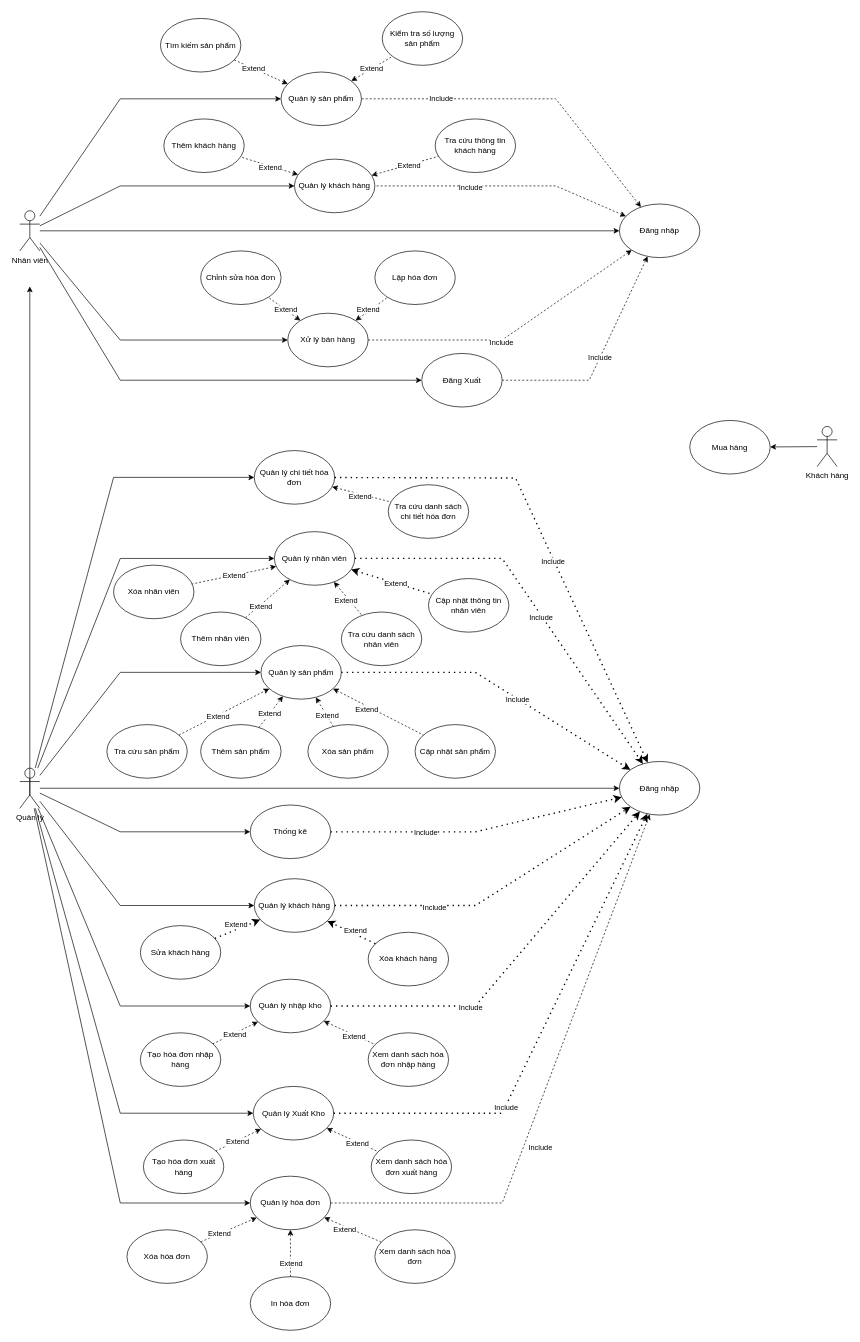
The draw.io diagram Do_an/src/usecase/Usecase.drawio in dmn-05/doan, before the edit. Source tidied: cells renumbered, new cells numbered last; positions are measured from the earlier drawing's top-left corner, leaving out a move shared by most shapes. Both pictures are drawn from the tidied source at 67%, with x=0, y=0 at pixel (19, 11).
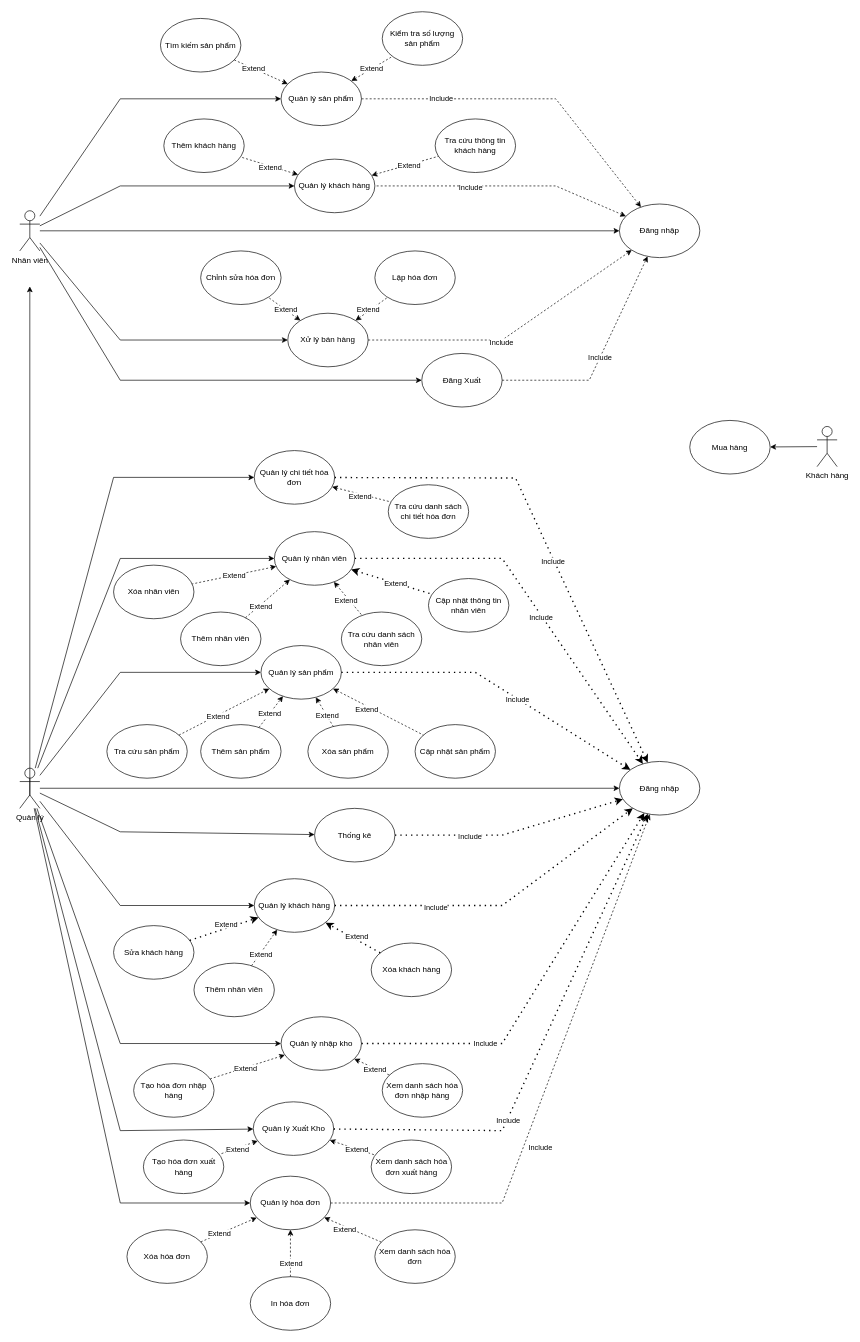
Above is the later version.

The change refers to these unchanged cells:
```xml
<mxCell id="3" value="Quản lý" style="shape=umlActor;verticalLabelPosition=bottom;verticalAlign=top;html=1;outlineConnect=0;" parent="1" vertex="1">
  <mxGeometry y="1129" width="30" height="60" as="geometry" />
</mxCell>
<mxCell id="41" value="Đăng nhập" style="ellipse;whiteSpace=wrap;html=1;" parent="1" vertex="1">
  <mxGeometry x="895" y="1119" width="120" height="80" as="geometry" />
</mxCell>
<mxCell id="60" value="Quản lý khách hàng" style="ellipse;whiteSpace=wrap;html=1;" parent="1" vertex="1">
  <mxGeometry x="350" y="1294" width="120" height="80" as="geometry" />
</mxCell>
```

Change to the diagram source:
```diff
@@
     <mxCell id="55" value="Thống kê" style="ellipse;whiteSpace=wrap;html=1;" parent="1" vertex="1">
-      <mxGeometry x="344" y="1184" width="120" height="80" as="geometry" />
+      <mxGeometry x="440" y="1189" width="120" height="80" as="geometry" />
     </mxCell>
@@
     <mxCell id="58" style="endArrow=classic;dashed=1;html=1;dashPattern=1 3;strokeWidth=2;rounded=0;endFill=1;" parent="1" edge="1" source="55" target="41">
       <mxGeometry relative="1" as="geometry">
         <Array as="points">
-          <mxPoint x="680" y="1224" />
+          <mxPoint x="720" y="1229" />
         </Array>
       </mxGeometry>
     </mxCell>
@@
     <mxCell id="62" value="Xóa khách hàng" style="ellipse;whiteSpace=wrap;html=1;" parent="1" vertex="1">
-      <mxGeometry x="520" y="1374" width="120" height="80" as="geometry" />
+      <mxGeometry x="524.5" y="1390" width="120" height="80" as="geometry" />
     </mxCell>
     <mxCell id="63" value="Sửa khách hàng" style="ellipse;whiteSpace=wrap;html=1;" parent="1" vertex="1">
-      <mxGeometry x="180" y="1364" width="120" height="80" as="geometry" />
+      <mxGeometry x="140" y="1364" width="120" height="80" as="geometry" />
     </mxCell>
@@
     <mxCell id="68" style="endArrow=classic;dashed=1;html=1;dashPattern=1 3;strokeWidth=2;rounded=0;startArrow=none;startFill=0;endFill=1;" parent="1" edge="1" source="60" target="41">
       <mxGeometry relative="1" as="geometry">
         <Array as="points">
-          <mxPoint x="680" y="1334" />
+          <mxPoint x="720" y="1334" />
         </Array>
       </mxGeometry>
     </mxCell>
@@
     <mxCell id="70" value="Quản lý nhập kho" style="ellipse;whiteSpace=wrap;html=1;" parent="1" vertex="1">
-      <mxGeometry x="344" y="1444" width="120" height="80" as="geometry" />
+      <mxGeometry x="390" y="1500" width="120" height="80" as="geometry" />
     </mxCell>
     <mxCell id="71" style="endArrow=classic;html=1;rounded=0;" parent="1" edge="1" source="3" target="70">
       <mxGeometry relative="1" as="geometry">
         <Array as="points">
-          <mxPoint x="150" y="1484" />
+          <mxPoint x="150" y="1540" />
         </Array>
       </mxGeometry>
     </mxCell>
@@
     <mxCell id="85" style="endArrow=classic;dashed=1;html=1;dashPattern=1 3;strokeWidth=2;rounded=0;endFill=1;" parent="1" edge="1" source="70" target="41">
       <mxGeometry relative="1" as="geometry">
         <Array as="points">
-          <mxPoint x="680" y="1484" />
+          <mxPoint x="720" y="1540" />
         </Array>
       </mxGeometry>
     </mxCell>
     <mxCell id="86" value="Include" style="edgeLabel;html=1;align=center;verticalAlign=middle;" parent="85" vertex="1">
       <mxGeometry x="-0.3" y="-2" relative="1" as="geometry">
-        <mxPoint x="-1" as="offset" />
+        <mxPoint x="-30" y="3" as="offset" />
       </mxGeometry>
     </mxCell>
     <mxCell id="87" value="Xem danh sách hóa đơn nhập hàng" style="ellipse;whiteSpace=wrap;html=1;" parent="1" vertex="1">
-      <mxGeometry x="520" y="1524" width="120" height="80" as="geometry" />
+      <mxGeometry x="541" y="1570" width="120" height="80" as="geometry" />
     </mxCell>
     <mxCell id="88" value="Tạo hóa đơn nhập hàng" style="ellipse;whiteSpace=wrap;html=1;" parent="1" vertex="1">
-      <mxGeometry x="180" y="1524" width="120" height="80" as="geometry" />
+      <mxGeometry x="170" y="1570" width="120" height="80" as="geometry" />
     </mxCell>
@@
     <mxCell id="113" value="Quản lý Xuất Kho" style="ellipse;whiteSpace=wrap;html=1;" parent="1" vertex="1">
-      <mxGeometry x="348.5" y="1604" width="120" height="80" as="geometry" />
+      <mxGeometry x="348.5" y="1627" width="120" height="80" as="geometry" />
     </mxCell>
@@
     <mxCell id="120" style="endArrow=classic;html=1;rounded=0;" parent="1" edge="1" source="3" target="113">
       <mxGeometry relative="1" as="geometry">
         <Array as="points">
-          <mxPoint x="150" y="1644" />
+          <mxPoint x="150" y="1670" />
         </Array>
       </mxGeometry>
     </mxCell>
     <mxCell id="121" style="endArrow=classic;dashed=1;html=1;dashPattern=1 3;strokeWidth=2;rounded=0;endFill=1;" parent="1" edge="1" source="113" target="41">
       <mxGeometry relative="1" as="geometry">
         <Array as="points">
-          <mxPoint x="720" y="1644" />
+          <mxPoint x="720" y="1670" />
         </Array>
       </mxGeometry>
     </mxCell>
@@
+    <mxCell id="130" value="Thêm nhân viên" style="ellipse;whiteSpace=wrap;html=1;" parent="1" vertex="1">
+      <mxGeometry x="260" y="1420" width="120" height="80" as="geometry" />
+    </mxCell>
+    <mxCell id="131" style="endArrow=classic;dashed=1;html=1;rounded=0;endFill=1;" parent="1" edge="1" source="130" target="60">
+      <mxGeometry relative="1" as="geometry" />
+    </mxCell>
+    <mxCell id="132" value="Extend" style="edgeLabel;html=1;align=center;verticalAlign=middle;" parent="131" vertex="1">
+      <mxGeometry x="-0.36" y="-2" relative="1" as="geometry" />
+    </mxCell>
```
